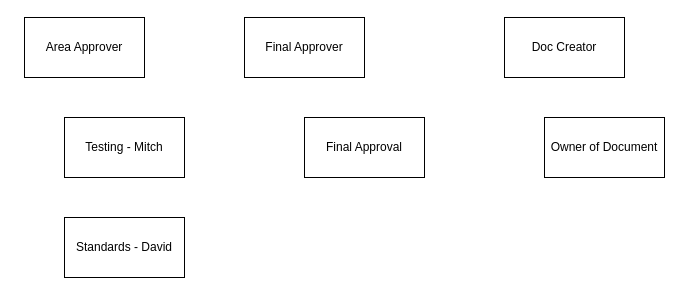
Above: page "Page-3" (3 of 3) of Document Creation and Approval Process V1.drawio in dcdodd/Fuzzy-Logic-From-David (draw.io), before the change. Source tidied: cells renumbered, new cells numbered last; positions are measured from the earlier drawing's top-left corner, leaving out a move shared by most shapes. Both pictures are drawn from the tidied source at 100%, with x=0, y=0 at pixel (24, 17).
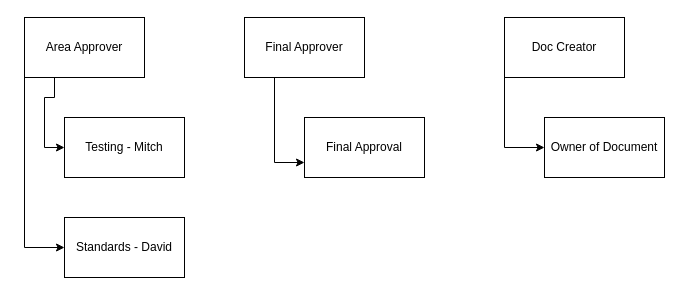
The same page after the edit.

What changed in the source:
```diff
@@
 <mxGraphModel>
   <root>
     <mxCell id="0" />
     <mxCell id="1" parent="0" />
+    <mxCell id="9" style="edgeStyle=orthogonalEdgeStyle;rounded=0;jettySize=auto;html=1;exitX=0.25;exitY=1;exitDx=0;exitDy=0;entryX=0;entryY=0.5;entryDx=0;entryDy=0;" parent="1" edge="1" source="2" target="5">
+      <mxGeometry relative="1" as="geometry" />
+    </mxCell>
+    <mxCell id="10" style="edgeStyle=orthogonalEdgeStyle;rounded=0;jettySize=auto;html=1;exitX=0;exitY=1;exitDx=0;exitDy=0;entryX=0;entryY=0.5;entryDx=0;entryDy=0;" parent="1" edge="1" source="2" target="6">
+      <mxGeometry relative="1" as="geometry" />
+    </mxCell>
     <mxCell id="2" value="Area Approver" style="rounded=0;whiteSpace=wrap;html=1;" parent="1" vertex="1">
       <mxGeometry width="120" height="60" as="geometry" />
     </mxCell>
+    <mxCell id="11" style="edgeStyle=orthogonalEdgeStyle;rounded=0;jettySize=auto;html=1;exitX=0.25;exitY=1;exitDx=0;exitDy=0;entryX=0;entryY=0.75;entryDx=0;entryDy=0;" parent="1" edge="1" source="3" target="7">
+      <mxGeometry relative="1" as="geometry" />
+    </mxCell>
     <mxCell id="3" value="Final Approver" style="rounded=0;whiteSpace=wrap;html=1;" parent="1" vertex="1">
       <mxGeometry x="220" width="120" height="60" as="geometry" />
     </mxCell>
+    <mxCell id="12" style="edgeStyle=orthogonalEdgeStyle;rounded=0;jettySize=auto;html=1;exitX=0;exitY=1;exitDx=0;exitDy=0;entryX=0;entryY=0.5;entryDx=0;entryDy=0;" parent="1" edge="1" source="4" target="8">
+      <mxGeometry relative="1" as="geometry" />
+    </mxCell>
     <mxCell id="4" value="Doc Creator" style="rounded=0;whiteSpace=wrap;html=1;" parent="1" vertex="1">
       <mxGeometry x="480" width="120" height="60" as="geometry" />
     </mxCell>
     <mxCell id="5" value="Testing - Mitch" style="rounded=0;whiteSpace=wrap;html=1;" parent="1" vertex="1">
       <mxGeometry x="40" y="100" width="120" height="60" as="geometry" />
     </mxCell>
     <mxCell id="6" value="Standards - David" style="rounded=0;whiteSpace=wrap;html=1;" parent="1" vertex="1">
       <mxGeometry x="40" y="200" width="120" height="60" as="geometry" />
     </mxCell>
     <mxCell id="7" value="Final Approval" style="rounded=0;whiteSpace=wrap;html=1;" parent="1" vertex="1">
       <mxGeometry x="280" y="100" width="120" height="60" as="geometry" />
     </mxCell>
     <mxCell id="8" value="Owner of Document" style="rounded=0;whiteSpace=wrap;html=1;" parent="1" vertex="1">
       <mxGeometry x="520" y="100" width="120" height="60" as="geometry" />
     </mxCell>
   </root>
 </mxGraphModel>
```
